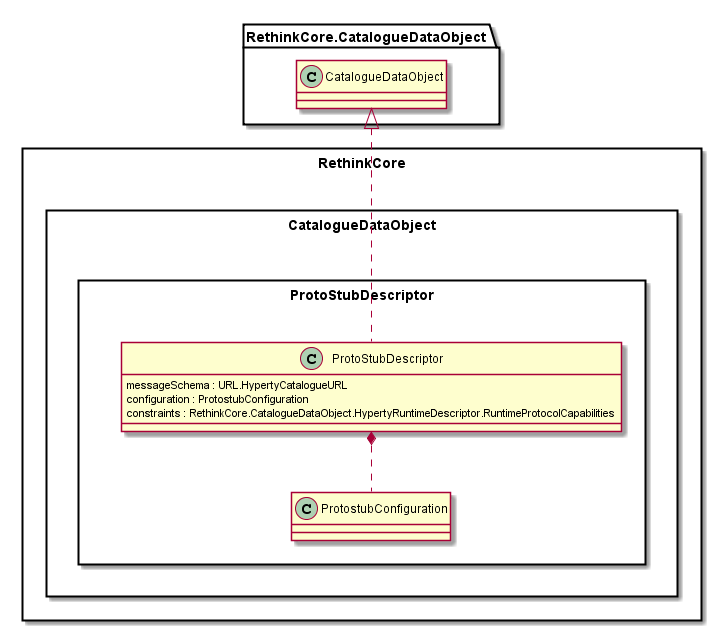
Before: datamodel/core/hyperty-catalogue/Protostub-Descriptor-Data-Object-Model.png, a diagram exported from PlantUML (reTHINK-project/specs).
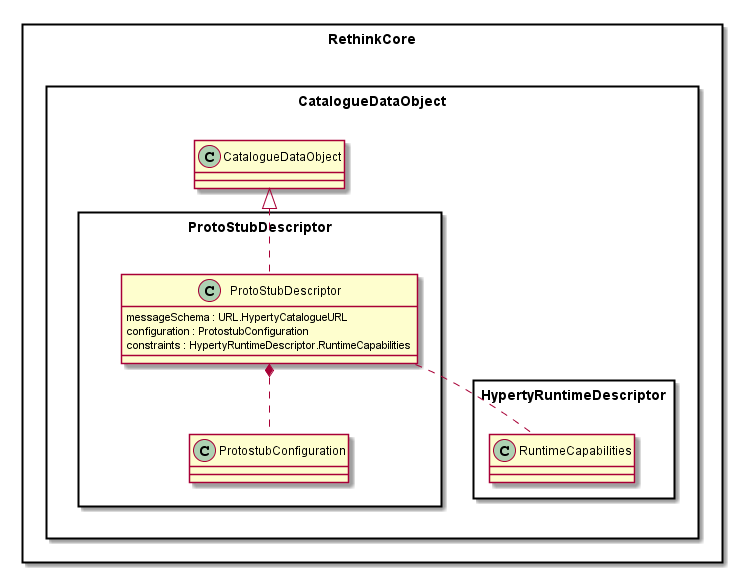
After the commit.

Commit message:
Runtime Capabilities used by the Catalogue data model simplified. Instead of 3 classes now we have 1 classes

Diff of the diagram source:
```diff
@@ -4,18 +4,23 @@
 
 	package CatalogueDataObject <<Rect>> {
 
+		package HypertyRuntimeDescriptor <<Rect>> {
+		}
+
 		package ProtoStubDescriptor <<Rect>> {
 
 			class ProtoStubDescriptor {
 				messageSchema : URL.HypertyCatalogueURL
 				configuration : ProtostubConfiguration
-				constraints : RethinkCore.CatalogueDataObject.HypertyRuntimeDescriptor.RuntimeProtocolCapabilities
+				constraints : HypertyRuntimeDescriptor.RuntimeCapabilities
 			}
+
 
 			class ProtostubConfiguration {
 			}
 
-			ProtoStubDescriptor .up.|> RethinkCore.CatalogueDataObject.CatalogueDataObject
+			ProtoStubDescriptor .. HypertyRuntimeDescriptor.RuntimeCapabilities
+			ProtoStubDescriptor .up.|> CatalogueDataObject.CatalogueDataObject
 			ProtoStubDescriptor *.. ProtostubConfiguration
 		}
 	}
```
